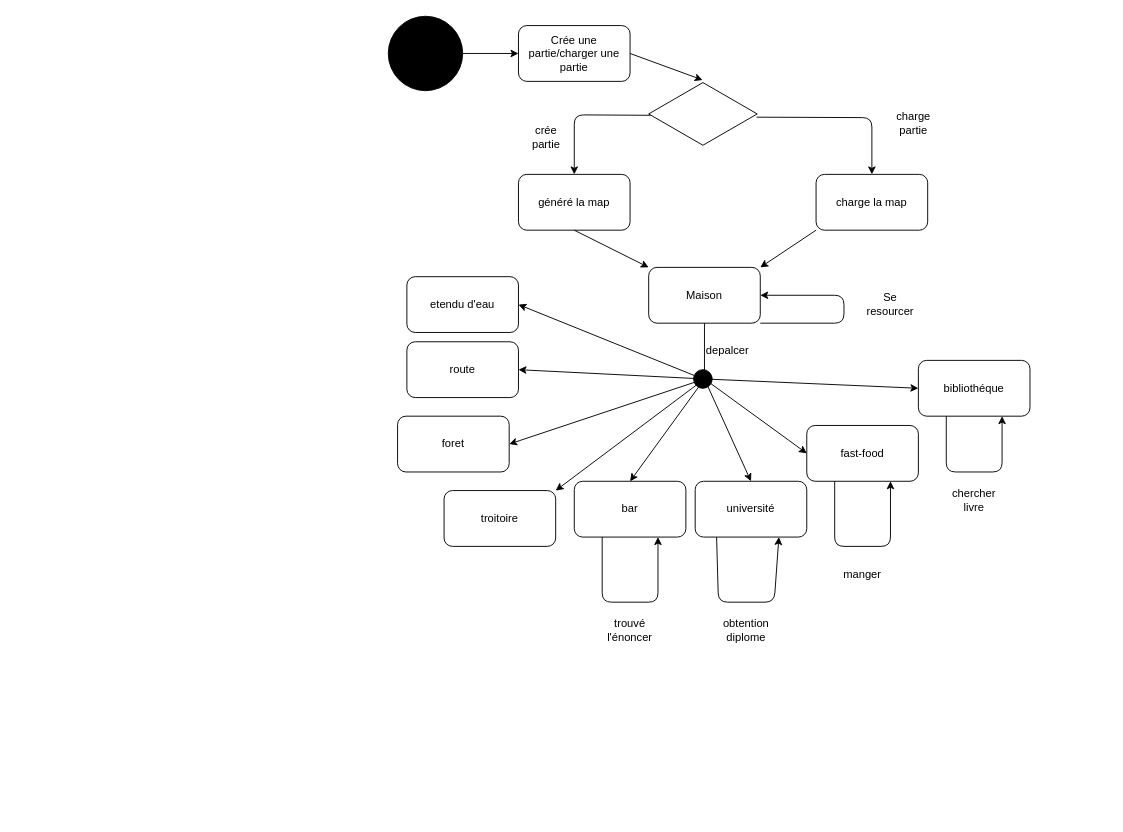
Earlier version of the draw.io diagram transition.drawio (Viringe/projetL3UML-Baudoin-Gries-EL_IDRISSI_EL_BOUZIDI-2020). Source tidied: cells renumbered, new cells numbered last; positions are measured from the earlier drawing's top-left corner, leaving out a move shared by most shapes. Both pictures are drawn from the tidied source at 93%, with x=0, y=0 at pixel (388, 16).
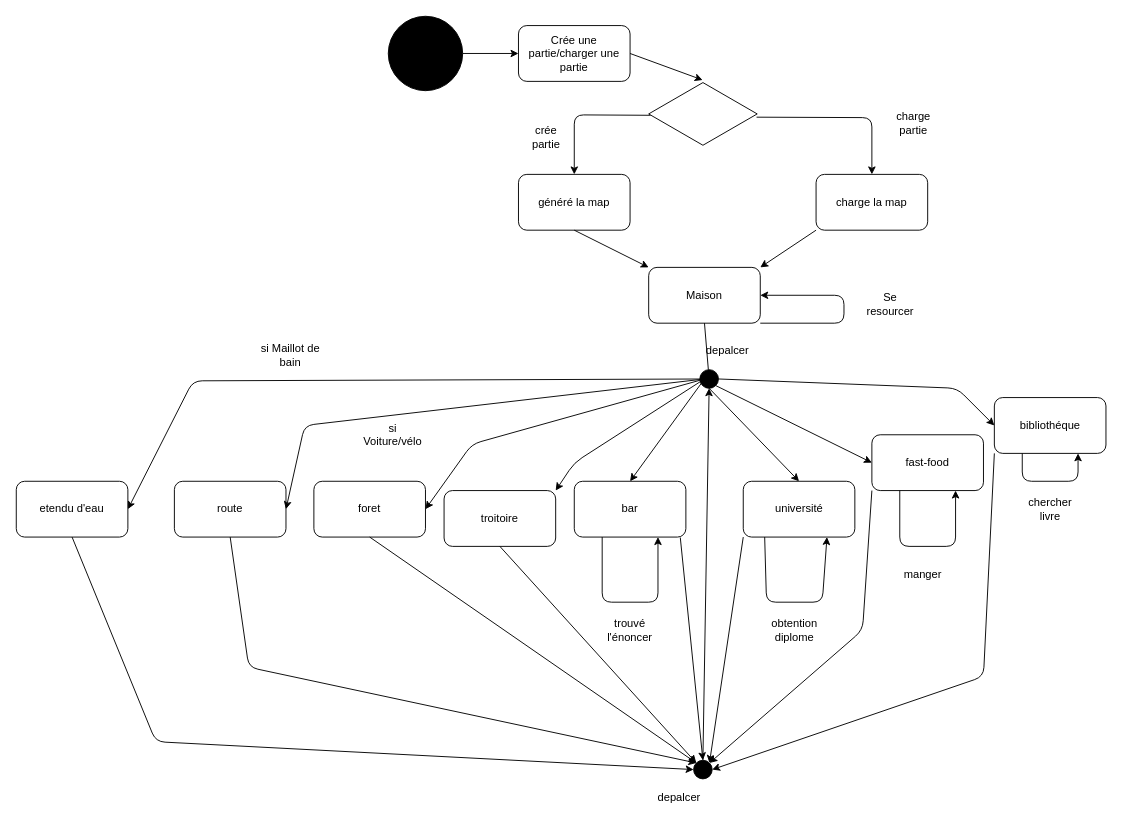
After the change.

Unchanged cells that the change refers to:
```xml
<mxCell id="13" value="Maison" style="rounded=1;whiteSpace=wrap;html=1;fillColor=#FFFFFF;" parent="1" vertex="1">
  <mxGeometry x="280" y="270" width="120" height="60" as="geometry" />
</mxCell>
<mxCell id="23" value="bar" style="rounded=1;whiteSpace=wrap;html=1;fillColor=#FFFFFF;" parent="1" vertex="1">
  <mxGeometry x="200" y="500" width="120" height="60" as="geometry" />
</mxCell>
<mxCell id="28" value="troitoire" style="rounded=1;whiteSpace=wrap;html=1;fillColor=#FFFFFF;" parent="1" vertex="1">
  <mxGeometry x="60" y="510" width="120" height="60" as="geometry" />
</mxCell>
```

The edit, as a diff of the source:
```diff
@@
     <mxCell id="18" value="bibliothéque" style="rounded=1;whiteSpace=wrap;html=1;fillColor=#FFFFFF;" parent="1" vertex="1">
-      <mxGeometry x="570" y="370" width="120" height="60" as="geometry" />
+      <mxGeometry x="651.7" y="410" width="120" height="60" as="geometry" />
     </mxCell>
@@
     <mxCell id="20" value="fast-food" style="rounded=1;whiteSpace=wrap;html=1;fillColor=#FFFFFF;" parent="1" vertex="1">
-      <mxGeometry x="450" y="440" width="120" height="60" as="geometry" />
+      <mxGeometry x="520" y="450" width="120" height="60" as="geometry" />
     </mxCell>
-    <mxCell id="21" style="endArrow=none;html=1;exitX=0.5;exitY=1;exitDx=0;exitDy=0;" parent="1" edge="1" source="13">
+    <mxCell id="21" style="endArrow=none;html=1;exitX=0.5;exitY=1;exitDx=0;exitDy=0;" parent="1" edge="1" source="44">
       <mxGeometry relative="1" as="geometry">
         <mxPoint x="340" y="390" as="targetPoint" />
       </mxGeometry>
     </mxCell>
     <mxCell id="22" value="université" style="rounded=1;whiteSpace=wrap;html=1;fillColor=#FFFFFF;" parent="1" vertex="1">
-      <mxGeometry x="330" y="500" width="120" height="60" as="geometry" />
+      <mxGeometry x="381.7" y="500" width="120" height="60" as="geometry" />
     </mxCell>
@@
-    <mxCell id="24" style="endArrow=classic;html=1;entryX=0;entryY=0.5;entryDx=0;entryDy=0;" parent="1" edge="1" target="18">
+    <mxCell id="24" style="endArrow=classic;html=1;entryX=0;entryY=0.5;entryDx=0;entryDy=0;exitX=1;exitY=0.5;exitDx=0;exitDy=0;" parent="1" edge="1" source="44" target="18">
       <mxGeometry relative="1" as="geometry">
-        <mxPoint x="340" y="390" as="sourcePoint" />
+        <Array as="points">
+          <mxPoint x="611.7" y="400" />
+        </Array>
       </mxGeometry>
     </mxCell>
-    <mxCell id="25" style="endArrow=classic;html=1;entryX=0;entryY=0.5;entryDx=0;entryDy=0;" parent="1" edge="1" target="20">
-      <mxGeometry relative="1" as="geometry">
-        <mxPoint x="340" y="390" as="sourcePoint" />
-      </mxGeometry>
+    <mxCell id="25" style="endArrow=classic;html=1;entryX=0;entryY=0.5;entryDx=0;entryDy=0;exitX=1;exitY=1;exitDx=0;exitDy=0;" parent="1" edge="1" source="44" target="20">
+      <mxGeometry relative="1" as="geometry" />
     </mxCell>
-    <mxCell id="26" style="endArrow=classic;html=1;entryX=0.5;entryY=0;entryDx=0;entryDy=0;" parent="1" edge="1" target="22">
-      <mxGeometry relative="1" as="geometry">
-        <mxPoint x="340" y="390" as="sourcePoint" />
-      </mxGeometry>
+    <mxCell id="26" style="endArrow=classic;html=1;entryX=0.5;entryY=0;entryDx=0;entryDy=0;exitX=0.5;exitY=1;exitDx=0;exitDy=0;" parent="1" edge="1" source="44" target="22">
+      <mxGeometry relative="1" as="geometry" />
     </mxCell>
@@
     <mxCell id="29" value="route" style="rounded=1;whiteSpace=wrap;html=1;fillColor=#FFFFFF;" parent="1" vertex="1">
-      <mxGeometry x="20" y="350" width="120" height="60" as="geometry" />
+      <mxGeometry x="-230" y="500" width="120" height="60" as="geometry" />
     </mxCell>
     <mxCell id="30" value="foret" style="rounded=1;whiteSpace=wrap;html=1;fillColor=#FFFFFF;" parent="1" vertex="1">
-      <mxGeometry x="10" y="430" width="120" height="60" as="geometry" />
+      <mxGeometry x="-80" y="500" width="120" height="60" as="geometry" />
     </mxCell>
     <mxCell id="31" style="endArrow=classic;html=1;entryX=1;entryY=0;entryDx=0;entryDy=0;" parent="1" edge="1" target="28">
       <mxGeometry relative="1" as="geometry">
         <mxPoint x="340" y="390" as="sourcePoint" />
+        <Array as="points">
+          <mxPoint x="200" y="480" />
+        </Array>
       </mxGeometry>
     </mxCell>
     <mxCell id="32" style="endArrow=classic;html=1;entryX=1;entryY=0.5;entryDx=0;entryDy=0;" parent="1" edge="1" target="29">
       <mxGeometry relative="1" as="geometry">
         <mxPoint x="340" y="390" as="sourcePoint" />
+        <Array as="points">
+          <mxPoint x="-90" y="440" />
+        </Array>
       </mxGeometry>
     </mxCell>
     <mxCell id="33" style="endArrow=classic;html=1;entryX=1;entryY=0.5;entryDx=0;entryDy=0;" parent="1" edge="1" target="30">
       <mxGeometry relative="1" as="geometry">
         <mxPoint x="340" y="390" as="sourcePoint" />
+        <Array as="points">
+          <mxPoint x="90" y="460" />
+        </Array>
       </mxGeometry>
     </mxCell>
     <mxCell id="34" style="endArrow=classic;html=1;entryX=0.75;entryY=1;entryDx=0;entryDy=0;exitX=0.25;exitY=1;exitDx=0;exitDy=0;" parent="1" edge="1" source="18" target="18">
       <mxGeometry relative="1" as="geometry">
         <Array as="points">
-          <mxPoint x="600" y="490" />
-          <mxPoint x="660" y="490" />
+          <mxPoint x="681.7" y="500" />
+          <mxPoint x="741.7" y="500" />
         </Array>
       </mxGeometry>
     </mxCell>
     <mxCell id="35" value="chercher livre" style="text;html=1;strokeColor=none;fillColor=none;align=center;verticalAlign=middle;whiteSpace=wrap;rounded=0;" parent="1" vertex="1">
-      <mxGeometry x="595" y="500" width="70" height="40" as="geometry" />
+      <mxGeometry x="676.7" y="510" width="70" height="40" as="geometry" />
     </mxCell>
     <mxCell id="36" style="endArrow=classic;html=1;entryX=0.75;entryY=1;entryDx=0;entryDy=0;exitX=0.25;exitY=1;exitDx=0;exitDy=0;" parent="1" edge="1" source="20" target="20">
       <mxGeometry relative="1" as="geometry">
         <Array as="points">
-          <mxPoint x="480" y="570" />
-          <mxPoint x="540" y="570" />
+          <mxPoint x="550" y="570" />
+          <mxPoint x="610" y="570" />
         </Array>
       </mxGeometry>
     </mxCell>
     <mxCell id="37" value="manger" style="text;html=1;strokeColor=none;fillColor=none;align=center;verticalAlign=middle;whiteSpace=wrap;rounded=0;" parent="1" vertex="1">
-      <mxGeometry x="475" y="580" width="70" height="40" as="geometry" />
+      <mxGeometry x="540" y="580" width="70" height="40" as="geometry" />
     </mxCell>
     <mxCell id="38" style="endArrow=classic;html=1;entryX=0.75;entryY=1;entryDx=0;entryDy=0;exitX=0.192;exitY=1;exitDx=0;exitDy=0;exitPerimeter=0;" parent="1" edge="1" source="22" target="22">
       <mxGeometry relative="1" as="geometry">
         <Array as="points">
-          <mxPoint x="355" y="630" />
-          <mxPoint x="415" y="630" />
+          <mxPoint x="406.7" y="630" />
+          <mxPoint x="466.7" y="630" />
         </Array>
       </mxGeometry>
     </mxCell>
     <mxCell id="39" value="obtention diplome" style="text;html=1;strokeColor=none;fillColor=none;align=center;verticalAlign=middle;whiteSpace=wrap;rounded=0;" parent="1" vertex="1">
-      <mxGeometry x="350" y="640" width="70" height="40" as="geometry" />
+      <mxGeometry x="401.7" y="640" width="70" height="40" as="geometry" />
     </mxCell>
@@
     <mxCell id="42" value="etendu d'eau" style="rounded=1;whiteSpace=wrap;html=1;fillColor=#FFFFFF;" parent="1" vertex="1">
-      <mxGeometry x="20" y="280" width="120" height="60" as="geometry" />
+      <mxGeometry x="-400" y="500" width="120" height="60" as="geometry" />
     </mxCell>
     <mxCell id="43" style="endArrow=classic;html=1;entryX=1;entryY=0.5;entryDx=0;entryDy=0;" parent="1" edge="1" source="44" target="42">
-      <mxGeometry relative="1" as="geometry" />
+      <mxGeometry relative="1" as="geometry">
+        <Array as="points">
+          <mxPoint x="-210" y="392" />
+        </Array>
+      </mxGeometry>
     </mxCell>
+    <mxCell id="46" style="ellipse;whiteSpace=wrap;html=1;fillColor=#000000;" parent="1" vertex="1">
+      <mxGeometry x="328.3" y="800" width="20" height="20" as="geometry" />
+    </mxCell>
+    <mxCell id="47" value="depalcer" style="text;html=1;strokeColor=none;fillColor=none;align=center;verticalAlign=middle;whiteSpace=wrap;rounded=0;" parent="1" vertex="1">
+      <mxGeometry x="278.3" y="820" width="70" height="40" as="geometry" />
+    </mxCell>
+    <mxCell id="48" style="endArrow=classic;html=1;exitX=0.5;exitY=1;exitDx=0;exitDy=0;entryX=0;entryY=0.5;entryDx=0;entryDy=0;" parent="1" edge="1" source="42" target="46">
+      <mxGeometry relative="1" as="geometry">
+        <Array as="points">
+          <mxPoint x="-250" y="780" />
+        </Array>
+      </mxGeometry>
+    </mxCell>
     <mxCell id="44" style="ellipse;whiteSpace=wrap;html=1;fillColor=#000000;" parent="1" vertex="1">
-      <mxGeometry x="328.3" y="380" width="20" height="20" as="geometry" />
+      <mxGeometry x="335" y="380" width="20" height="20" as="geometry" />
     </mxCell>
-    <mxCell id="45" style="endArrow=classic;html=1;entryX=1;entryY=0.5;entryDx=0;entryDy=0;" parent="1" edge="1" target="44">
-      <mxGeometry relative="1" as="geometry">
-        <mxPoint x="340" y="390" as="sourcePoint" />
-      </mxGeometry>
-    </mxCell>
+    <mxCell id="49" style="endArrow=none;html=1;exitX=0.5;exitY=1;exitDx=0;exitDy=0;" parent="1" edge="1" source="13" target="44">
+      <mxGeometry relative="1" as="geometry" />
+    </mxCell>
+    <mxCell id="50" style="endArrow=classic;html=1;exitX=0.5;exitY=1;exitDx=0;exitDy=0;entryX=0;entryY=0;entryDx=0;entryDy=0;" parent="1" edge="1" source="29" target="46">
+      <mxGeometry relative="1" as="geometry">
+        <Array as="points">
+          <mxPoint x="-150" y="700" />
+        </Array>
+      </mxGeometry>
+    </mxCell>
+    <mxCell id="51" style="endArrow=classic;html=1;exitX=0.5;exitY=1;exitDx=0;exitDy=0;entryX=0;entryY=0;entryDx=0;entryDy=0;" parent="1" edge="1" source="30" target="46">
+      <mxGeometry relative="1" as="geometry" />
+    </mxCell>
+    <mxCell id="52" style="endArrow=classic;html=1;exitX=0.5;exitY=1;exitDx=0;exitDy=0;entryX=0;entryY=0;entryDx=0;entryDy=0;" parent="1" edge="1" source="28" target="46">
+      <mxGeometry relative="1" as="geometry" />
+    </mxCell>
+    <mxCell id="53" style="endArrow=classic;html=1;exitX=0.5;exitY=0;exitDx=0;exitDy=0;entryX=0.5;entryY=1;entryDx=0;entryDy=0;" parent="1" edge="1" source="46" target="44">
+      <mxGeometry relative="1" as="geometry" />
+    </mxCell>
+    <mxCell id="54" style="endArrow=classic;html=1;exitX=0.95;exitY=1.008;exitDx=0;exitDy=0;exitPerimeter=0;entryX=0.5;entryY=0;entryDx=0;entryDy=0;" parent="1" edge="1" source="23" target="46">
+      <mxGeometry relative="1" as="geometry" />
+    </mxCell>
+    <mxCell id="55" style="endArrow=classic;html=1;entryX=1;entryY=0;entryDx=0;entryDy=0;exitX=0;exitY=1;exitDx=0;exitDy=0;" parent="1" edge="1" source="22" target="46">
+      <mxGeometry relative="1" as="geometry" />
+    </mxCell>
+    <mxCell id="56" style="endArrow=classic;html=1;exitX=0;exitY=1;exitDx=0;exitDy=0;entryX=1;entryY=0;entryDx=0;entryDy=0;" parent="1" edge="1" source="20" target="46">
+      <mxGeometry relative="1" as="geometry">
+        <Array as="points">
+          <mxPoint x="510" y="660" />
+        </Array>
+      </mxGeometry>
+    </mxCell>
+    <mxCell id="57" style="endArrow=classic;html=1;entryX=1;entryY=0.5;entryDx=0;entryDy=0;exitX=0;exitY=1;exitDx=0;exitDy=0;" parent="1" edge="1" source="18" target="46">
+      <mxGeometry relative="1" as="geometry">
+        <Array as="points">
+          <mxPoint x="640" y="710" />
+        </Array>
+      </mxGeometry>
+    </mxCell>
+    <mxCell id="58" value="si Maillot de bain" style="text;html=1;strokeColor=none;fillColor=none;align=center;verticalAlign=middle;whiteSpace=wrap;rounded=0;" parent="1" vertex="1">
+      <mxGeometry x="-150" y="340" width="90" height="50" as="geometry" />
+    </mxCell>
+    <mxCell id="59" value="si Voiture/vélo" style="text;html=1;strokeColor=none;fillColor=none;align=center;verticalAlign=middle;whiteSpace=wrap;rounded=0;" parent="1" vertex="1">
+      <mxGeometry x="-30" y="430" width="70" height="40" as="geometry" />
+    </mxCell>
```
